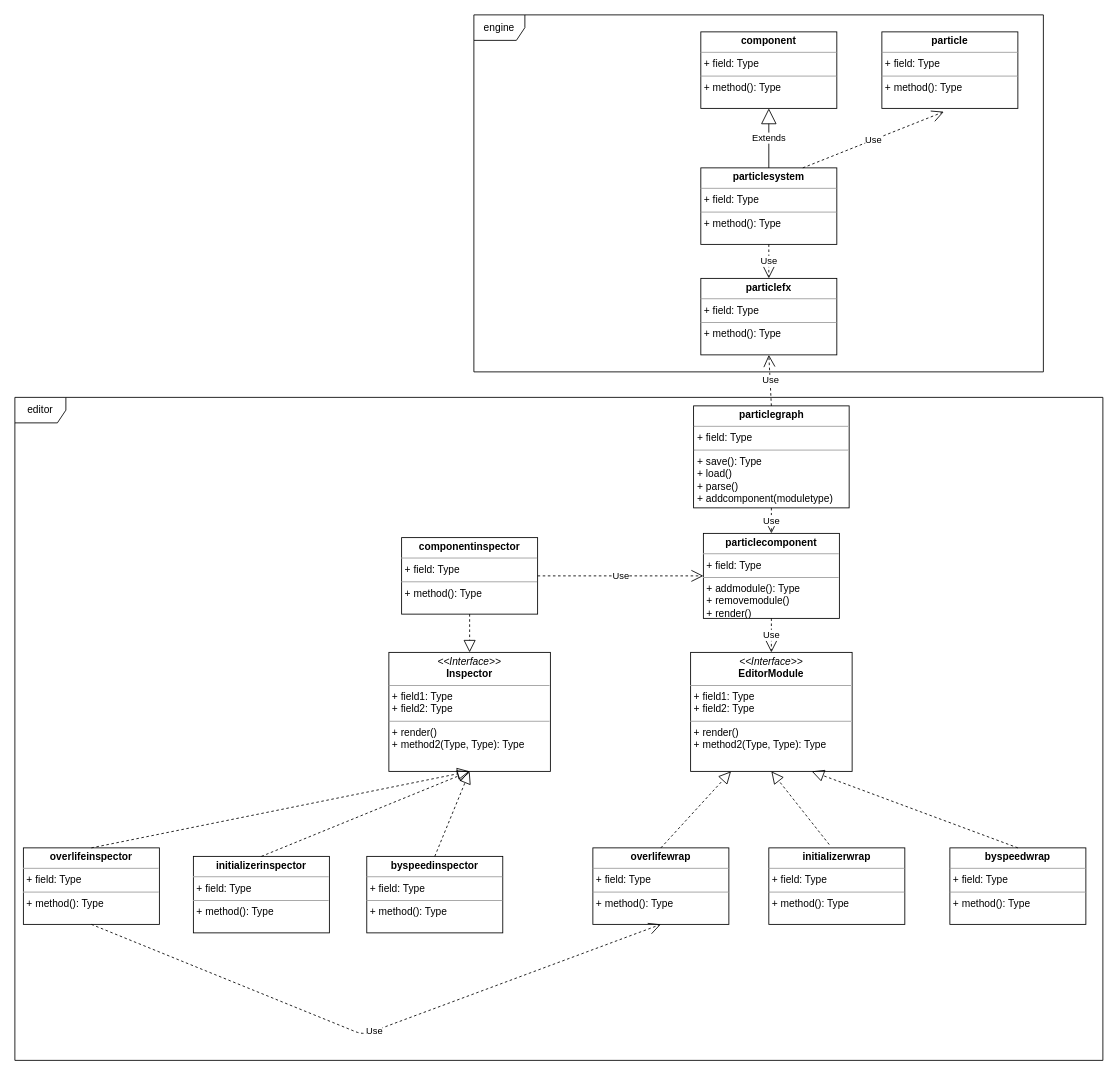
This is Untitled Diagram.drawio from gtechx/webgrabber, a draw.io file, before an edit. Source tidied: cells renumbered, new cells numbered last; positions are measured from the earlier drawing's top-left corner, leaving out a move shared by most shapes. Both pictures are drawn from the tidied source at 85%, with x=0, y=0 at pixel (14, 14).
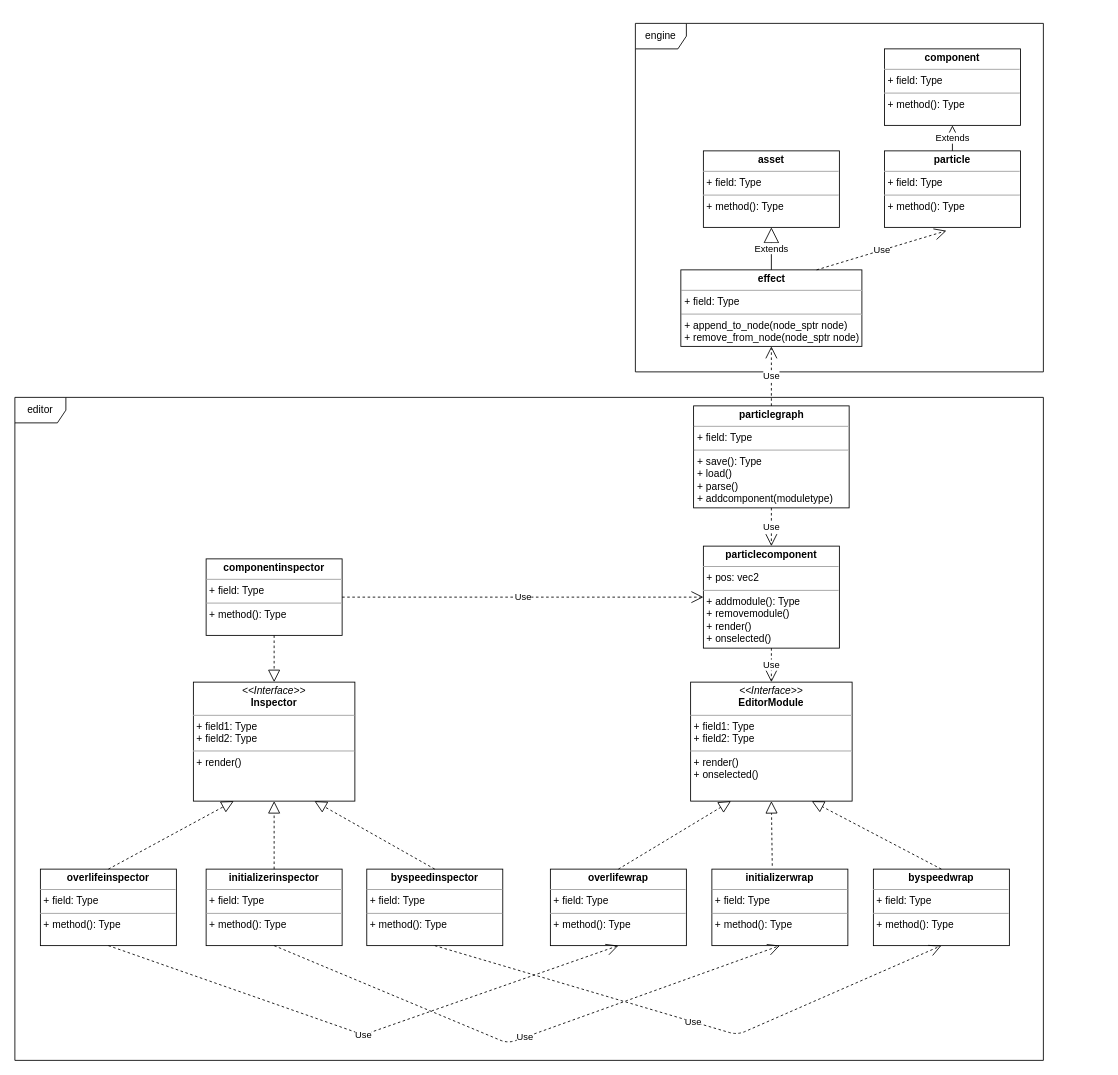
After the change.

The change refers to these unchanged cells:
```xml
<mxCell id="8" value="&lt;p style=&quot;margin: 0px ; margin-top: 4px ; text-align: center&quot;&gt;&lt;b&gt;particlegraph&lt;/b&gt;&lt;/p&gt;&lt;hr size=&quot;1&quot;&gt;&lt;p style=&quot;margin: 0px ; margin-left: 4px&quot;&gt;+ field: Type&lt;/p&gt;&lt;hr size=&quot;1&quot;&gt;&lt;p style=&quot;margin: 0px ; margin-left: 4px&quot;&gt;+ save(): Type&lt;/p&gt;&lt;p style=&quot;margin: 0px ; margin-left: 4px&quot;&gt;+ load()&lt;/p&gt;&lt;p style=&quot;margin: 0px ; margin-left: 4px&quot;&gt;+ parse()&lt;/p&gt;&lt;p style=&quot;margin: 0px ; margin-left: 4px&quot;&gt;+ addcomponent(moduletype)&lt;/p&gt;" style="verticalAlign=top;align=left;overflow=fill;fontSize=12;fontFamily=Helvetica;html=1;" parent="1" vertex="1">
  <mxGeometry x="798.5" y="460" width="183" height="120" as="geometry" />
</mxCell>
```

Change to the diagram source:
```diff
@@
     <mxCell id="2" value="engine" style="shape=umlFrame;whiteSpace=wrap;html=1;" parent="1" vertex="1">
-      <mxGeometry x="540" width="670" height="420" as="geometry" />
+      <mxGeometry x="730" y="10" width="480" height="410" as="geometry" />
     </mxCell>
     <mxCell id="3" value="editor" style="shape=umlFrame;whiteSpace=wrap;html=1;" parent="1" vertex="1">
-      <mxGeometry y="450" width="1280" height="780" as="geometry" />
+      <mxGeometry y="450" width="1210" height="780" as="geometry" />
     </mxCell>
     <mxCell id="4" value="&lt;p style=&quot;margin: 0px ; margin-top: 4px ; text-align: center&quot;&gt;&lt;b&gt;componentinspector&lt;/b&gt;&lt;/p&gt;&lt;hr size=&quot;1&quot;&gt;&lt;p style=&quot;margin: 0px ; margin-left: 4px&quot;&gt;+ field: Type&lt;/p&gt;&lt;hr size=&quot;1&quot;&gt;&lt;p style=&quot;margin: 0px ; margin-left: 4px&quot;&gt;+ method(): Type&lt;/p&gt;" style="verticalAlign=top;align=left;overflow=fill;fontSize=12;fontFamily=Helvetica;html=1;" parent="1" vertex="1">
-      <mxGeometry x="455" y="615" width="160" height="90" as="geometry" />
+      <mxGeometry x="225" y="640" width="160" height="90" as="geometry" />
     </mxCell>
     <mxCell id="5" value="&lt;p style=&quot;margin: 0px ; margin-top: 4px ; text-align: center&quot;&gt;&lt;b&gt;overlifeinspector&lt;/b&gt;&lt;/p&gt;&lt;hr size=&quot;1&quot;&gt;&lt;p style=&quot;margin: 0px ; margin-left: 4px&quot;&gt;+ field: Type&lt;/p&gt;&lt;hr size=&quot;1&quot;&gt;&lt;p style=&quot;margin: 0px ; margin-left: 4px&quot;&gt;+ method(): Type&lt;/p&gt;" style="verticalAlign=top;align=left;overflow=fill;fontSize=12;fontFamily=Helvetica;html=1;" parent="1" vertex="1">
-      <mxGeometry x="10" y="980" width="160" height="90" as="geometry" />
+      <mxGeometry x="30" y="1005" width="160" height="90" as="geometry" />
     </mxCell>
-    <mxCell id="6" value="&lt;p style=&quot;margin: 0px ; margin-top: 4px ; text-align: center&quot;&gt;&lt;i&gt;&amp;lt;&amp;lt;Interface&amp;gt;&amp;gt;&lt;/i&gt;&lt;br&gt;&lt;b&gt;Inspector&lt;/b&gt;&lt;/p&gt;&lt;hr size=&quot;1&quot;&gt;&lt;p style=&quot;margin: 0px ; margin-left: 4px&quot;&gt;+ field1: Type&lt;br&gt;+ field2: Type&lt;/p&gt;&lt;hr size=&quot;1&quot;&gt;&lt;p style=&quot;margin: 0px ; margin-left: 4px&quot;&gt;+ render()&lt;br&gt;+ method2(Type, Type): Type&lt;/p&gt;" style="verticalAlign=top;align=left;overflow=fill;fontSize=12;fontFamily=Helvetica;html=1;" parent="1" vertex="1">
-      <mxGeometry x="440" y="750" width="190" height="140" as="geometry" />
+    <mxCell id="6" value="&lt;p style=&quot;margin: 0px ; margin-top: 4px ; text-align: center&quot;&gt;&lt;i&gt;&amp;lt;&amp;lt;Interface&amp;gt;&amp;gt;&lt;/i&gt;&lt;br&gt;&lt;b&gt;Inspector&lt;/b&gt;&lt;/p&gt;&lt;hr size=&quot;1&quot;&gt;&lt;p style=&quot;margin: 0px ; margin-left: 4px&quot;&gt;+ field1: Type&lt;br&gt;+ field2: Type&lt;/p&gt;&lt;hr size=&quot;1&quot;&gt;&lt;p style=&quot;margin: 0px ; margin-left: 4px&quot;&gt;+ render()&lt;br&gt;&lt;/p&gt;" style="verticalAlign=top;align=left;overflow=fill;fontSize=12;fontFamily=Helvetica;html=1;" parent="1" vertex="1">
+      <mxGeometry x="210" y="785" width="190" height="140" as="geometry" />
     </mxCell>
-    <mxCell id="7" value="&lt;p style=&quot;margin: 0px ; margin-top: 4px ; text-align: center&quot;&gt;&lt;b&gt;particlesystem&lt;/b&gt;&lt;/p&gt;&lt;hr size=&quot;1&quot;&gt;&lt;p style=&quot;margin: 0px ; margin-left: 4px&quot;&gt;+ field: Type&lt;/p&gt;&lt;hr size=&quot;1&quot;&gt;&lt;p style=&quot;margin: 0px ; margin-left: 4px&quot;&gt;+ method(): Type&lt;/p&gt;" style="verticalAlign=top;align=left;overflow=fill;fontSize=12;fontFamily=Helvetica;html=1;" parent="1" vertex="1">
-      <mxGeometry x="807" y="180" width="160" height="90" as="geometry" />
+    <mxCell id="7" value="&lt;p style=&quot;margin: 0px ; margin-top: 4px ; text-align: center&quot;&gt;&lt;b&gt;effect&lt;/b&gt;&lt;/p&gt;&lt;hr size=&quot;1&quot;&gt;&lt;p style=&quot;margin: 0px ; margin-left: 4px&quot;&gt;+ field: Type&lt;/p&gt;&lt;hr size=&quot;1&quot;&gt;&lt;p style=&quot;margin: 0px ; margin-left: 4px&quot;&gt;+ append_to_node(node_sptr node)&lt;/p&gt;&lt;p style=&quot;margin: 0px ; margin-left: 4px&quot;&gt;+&amp;nbsp;remove_from_node(node_sptr node)&lt;/p&gt;" style="verticalAlign=top;align=left;overflow=fill;fontSize=12;fontFamily=Helvetica;html=1;" parent="1" vertex="1">
+      <mxGeometry x="783.5" y="300" width="213" height="90" as="geometry" />
     </mxCell>
@@
-    <mxCell id="9" value="&lt;p style=&quot;margin: 0px ; margin-top: 4px ; text-align: center&quot;&gt;&lt;i&gt;&amp;lt;&amp;lt;Interface&amp;gt;&amp;gt;&lt;/i&gt;&lt;br&gt;&lt;b&gt;EditorModule&lt;/b&gt;&lt;br&gt;&lt;/p&gt;&lt;hr size=&quot;1&quot;&gt;&lt;p style=&quot;margin: 0px ; margin-left: 4px&quot;&gt;+ field1: Type&lt;br&gt;+ field2: Type&lt;/p&gt;&lt;hr size=&quot;1&quot;&gt;&lt;p style=&quot;margin: 0px ; margin-left: 4px&quot;&gt;+ render()&lt;br&gt;+ method2(Type, Type): Type&lt;/p&gt;" style="verticalAlign=top;align=left;overflow=fill;fontSize=12;fontFamily=Helvetica;html=1;" parent="1" vertex="1">
-      <mxGeometry x="795" y="750" width="190" height="140" as="geometry" />
+    <mxCell id="9" value="&lt;p style=&quot;margin: 0px ; margin-top: 4px ; text-align: center&quot;&gt;&lt;i&gt;&amp;lt;&amp;lt;Interface&amp;gt;&amp;gt;&lt;/i&gt;&lt;br&gt;&lt;b&gt;EditorModule&lt;/b&gt;&lt;br&gt;&lt;/p&gt;&lt;hr size=&quot;1&quot;&gt;&lt;p style=&quot;margin: 0px ; margin-left: 4px&quot;&gt;+ field1: Type&lt;br&gt;+ field2: Type&lt;/p&gt;&lt;hr size=&quot;1&quot;&gt;&lt;p style=&quot;margin: 0px ; margin-left: 4px&quot;&gt;+ render()&lt;br&gt;&lt;/p&gt;&lt;p style=&quot;margin: 0px ; margin-left: 4px&quot;&gt;+ onselected()&lt;/p&gt;" style="verticalAlign=top;align=left;overflow=fill;fontSize=12;fontFamily=Helvetica;html=1;" parent="1" vertex="1">
+      <mxGeometry x="795" y="785" width="190" height="140" as="geometry" />
     </mxCell>
     <mxCell id="10" value="&lt;p style=&quot;margin: 0px ; margin-top: 4px ; text-align: center&quot;&gt;&lt;b&gt;overlifewrap&lt;/b&gt;&lt;/p&gt;&lt;hr size=&quot;1&quot;&gt;&lt;p style=&quot;margin: 0px ; margin-left: 4px&quot;&gt;+ field: Type&lt;/p&gt;&lt;hr size=&quot;1&quot;&gt;&lt;p style=&quot;margin: 0px ; margin-left: 4px&quot;&gt;+ method(): Type&lt;/p&gt;" style="verticalAlign=top;align=left;overflow=fill;fontSize=12;fontFamily=Helvetica;html=1;" parent="1" vertex="1">
-      <mxGeometry x="680" y="980" width="160" height="90" as="geometry" />
+      <mxGeometry x="630" y="1005" width="160" height="90" as="geometry" />
     </mxCell>
     <mxCell id="11" value="&lt;p style=&quot;margin: 0px ; margin-top: 4px ; text-align: center&quot;&gt;&lt;b&gt;initializerwrap&lt;/b&gt;&lt;/p&gt;&lt;hr size=&quot;1&quot;&gt;&lt;p style=&quot;margin: 0px ; margin-left: 4px&quot;&gt;+ field: Type&lt;/p&gt;&lt;hr size=&quot;1&quot;&gt;&lt;p style=&quot;margin: 0px ; margin-left: 4px&quot;&gt;+ method(): Type&lt;/p&gt;" style="verticalAlign=top;align=left;overflow=fill;fontSize=12;fontFamily=Helvetica;html=1;" parent="1" vertex="1">
-      <mxGeometry x="887" y="980" width="160" height="90" as="geometry" />
+      <mxGeometry x="820" y="1005" width="160" height="90" as="geometry" />
     </mxCell>
     <mxCell id="12" value="&lt;p style=&quot;margin: 0px ; margin-top: 4px ; text-align: center&quot;&gt;&lt;b&gt;byspeedwrap&lt;/b&gt;&lt;/p&gt;&lt;hr size=&quot;1&quot;&gt;&lt;p style=&quot;margin: 0px ; margin-left: 4px&quot;&gt;+ field: Type&lt;/p&gt;&lt;hr size=&quot;1&quot;&gt;&lt;p style=&quot;margin: 0px ; margin-left: 4px&quot;&gt;+ method(): Type&lt;/p&gt;" style="verticalAlign=top;align=left;overflow=fill;fontSize=12;fontFamily=Helvetica;html=1;" parent="1" vertex="1">
-      <mxGeometry x="1100" y="980" width="160" height="90" as="geometry" />
+      <mxGeometry x="1010" y="1005" width="160" height="90" as="geometry" />
     </mxCell>
@@
-    <mxCell id="16" value="&lt;p style=&quot;margin: 0px ; margin-top: 4px ; text-align: center&quot;&gt;&lt;b&gt;particlecomponent&lt;/b&gt;&lt;/p&gt;&lt;hr size=&quot;1&quot;&gt;&lt;p style=&quot;margin: 0px ; margin-left: 4px&quot;&gt;+ field: Type&lt;/p&gt;&lt;hr size=&quot;1&quot;&gt;&lt;p style=&quot;margin: 0px ; margin-left: 4px&quot;&gt;+ addmodule(): Type&lt;/p&gt;&lt;p style=&quot;margin: 0px ; margin-left: 4px&quot;&gt;+ removemodule()&lt;/p&gt;&lt;p style=&quot;margin: 0px ; margin-left: 4px&quot;&gt;+ render()&lt;/p&gt;" style="verticalAlign=top;align=left;overflow=fill;fontSize=12;fontFamily=Helvetica;html=1;" parent="1" vertex="1">
-      <mxGeometry x="810" y="610" width="160" height="100" as="geometry" />
+    <mxCell id="16" value="&lt;p style=&quot;margin: 0px ; margin-top: 4px ; text-align: center&quot;&gt;&lt;b&gt;particlecomponent&lt;/b&gt;&lt;/p&gt;&lt;hr size=&quot;1&quot;&gt;&lt;p style=&quot;margin: 0px ; margin-left: 4px&quot;&gt;+ pos: vec2&lt;/p&gt;&lt;hr size=&quot;1&quot;&gt;&lt;p style=&quot;margin: 0px ; margin-left: 4px&quot;&gt;+ addmodule(): Type&lt;/p&gt;&lt;p style=&quot;margin: 0px ; margin-left: 4px&quot;&gt;+ removemodule()&lt;/p&gt;&lt;p style=&quot;margin: 0px ; margin-left: 4px&quot;&gt;+ render()&lt;/p&gt;&lt;p style=&quot;margin: 0px ; margin-left: 4px&quot;&gt;+ onselected()&lt;br&gt;&lt;/p&gt;" style="verticalAlign=top;align=left;overflow=fill;fontSize=12;fontFamily=Helvetica;html=1;" parent="1" vertex="1">
+      <mxGeometry x="810" y="625" width="160" height="120" as="geometry" />
     </mxCell>
@@
     <mxCell id="19" value="&lt;p style=&quot;margin: 0px ; margin-top: 4px ; text-align: center&quot;&gt;&lt;b&gt;initializerinspector&lt;/b&gt;&lt;/p&gt;&lt;hr size=&quot;1&quot;&gt;&lt;p style=&quot;margin: 0px ; margin-left: 4px&quot;&gt;+ field: Type&lt;/p&gt;&lt;hr size=&quot;1&quot;&gt;&lt;p style=&quot;margin: 0px ; margin-left: 4px&quot;&gt;+ method(): Type&lt;/p&gt;" style="verticalAlign=top;align=left;overflow=fill;fontSize=12;fontFamily=Helvetica;html=1;" parent="1" vertex="1">
-      <mxGeometry x="210" y="990" width="160" height="90" as="geometry" />
+      <mxGeometry x="225" y="1005" width="160" height="90" as="geometry" />
     </mxCell>
     <mxCell id="20" value="&lt;p style=&quot;margin: 0px ; margin-top: 4px ; text-align: center&quot;&gt;&lt;b&gt;byspeedinspector&lt;/b&gt;&lt;/p&gt;&lt;hr size=&quot;1&quot;&gt;&lt;p style=&quot;margin: 0px ; margin-left: 4px&quot;&gt;+ field: Type&lt;/p&gt;&lt;hr size=&quot;1&quot;&gt;&lt;p style=&quot;margin: 0px ; margin-left: 4px&quot;&gt;+ method(): Type&lt;/p&gt;" style="verticalAlign=top;align=left;overflow=fill;fontSize=12;fontFamily=Helvetica;html=1;" parent="1" vertex="1">
-      <mxGeometry x="414" y="990" width="160" height="90" as="geometry" />
+      <mxGeometry x="414" y="1005" width="160" height="90" as="geometry" />
     </mxCell>
-    <mxCell id="21" style="endArrow=block;dashed=1;endFill=0;endSize=12;html=1;exitX=0.5;exitY=0;exitDx=0;exitDy=0;entryX=0.5;entryY=1;entryDx=0;entryDy=0;" parent="1" edge="1" source="5" target="6">
+    <mxCell id="21" style="endArrow=block;dashed=1;endFill=0;endSize=12;html=1;exitX=0.5;exitY=0;exitDx=0;exitDy=0;entryX=0.25;entryY=1;entryDx=0;entryDy=0;" parent="1" edge="1" source="5" target="6">
       <mxGeometry relative="1" as="geometry" />
     </mxCell>
@@
-    <mxCell id="23" style="endArrow=block;dashed=1;endFill=0;endSize=12;html=1;exitX=0.5;exitY=0;exitDx=0;exitDy=0;entryX=0.5;entryY=1;entryDx=0;entryDy=0;" parent="1" edge="1" source="20" target="6">
+    <mxCell id="23" style="endArrow=block;dashed=1;endFill=0;endSize=12;html=1;exitX=0.5;exitY=0;exitDx=0;exitDy=0;entryX=0.75;entryY=1;entryDx=0;entryDy=0;" parent="1" edge="1" source="20" target="6">
       <mxGeometry relative="1" as="geometry" />
     </mxCell>
@@
     <mxCell id="25" value="&lt;p style=&quot;margin: 0px ; margin-top: 4px ; text-align: center&quot;&gt;&lt;b&gt;particle&lt;/b&gt;&lt;/p&gt;&lt;hr size=&quot;1&quot;&gt;&lt;p style=&quot;margin: 0px ; margin-left: 4px&quot;&gt;+ field: Type&lt;/p&gt;&lt;hr size=&quot;1&quot;&gt;&lt;p style=&quot;margin: 0px ; margin-left: 4px&quot;&gt;+ method(): Type&lt;/p&gt;" style="verticalAlign=top;align=left;overflow=fill;fontSize=12;fontFamily=Helvetica;html=1;" parent="1" vertex="1">
-      <mxGeometry x="1020" y="20" width="160" height="90" as="geometry" />
+      <mxGeometry x="1023" y="160" width="160" height="90" as="geometry" />
     </mxCell>
@@
-    <mxCell id="27" value="&lt;p style=&quot;margin: 0px ; margin-top: 4px ; text-align: center&quot;&gt;&lt;b&gt;particlefx&lt;/b&gt;&lt;/p&gt;&lt;hr size=&quot;1&quot;&gt;&lt;p style=&quot;margin: 0px ; margin-left: 4px&quot;&gt;+ field: Type&lt;/p&gt;&lt;hr size=&quot;1&quot;&gt;&lt;p style=&quot;margin: 0px ; margin-left: 4px&quot;&gt;+ method(): Type&lt;/p&gt;" style="verticalAlign=top;align=left;overflow=fill;fontSize=12;fontFamily=Helvetica;html=1;" parent="1" vertex="1">
-      <mxGeometry x="807" y="310" width="160" height="90" as="geometry" />
-    </mxCell>
-    <mxCell id="28" value="Use" style="endArrow=open;endSize=12;dashed=1;html=1;exitX=0.5;exitY=1;exitDx=0;exitDy=0;entryX=0.5;entryY=0;entryDx=0;entryDy=0;" parent="1" edge="1" source="7" target="27">
-      <mxGeometry relative="1" as="geometry" />
-    </mxCell>
@@
     <mxCell id="31" value="&lt;p style=&quot;margin: 0px ; margin-top: 4px ; text-align: center&quot;&gt;&lt;b&gt;component&lt;/b&gt;&lt;/p&gt;&lt;hr size=&quot;1&quot;&gt;&lt;p style=&quot;margin: 0px ; margin-left: 4px&quot;&gt;+ field: Type&lt;/p&gt;&lt;hr size=&quot;1&quot;&gt;&lt;p style=&quot;margin: 0px ; margin-left: 4px&quot;&gt;+ method(): Type&lt;/p&gt;" style="verticalAlign=top;align=left;overflow=fill;fontSize=12;fontFamily=Helvetica;html=1;" parent="1" vertex="1">
-      <mxGeometry x="807" y="20" width="160" height="90" as="geometry" />
+      <mxGeometry x="1023" y="40" width="160" height="90" as="geometry" />
     </mxCell>
-    <mxCell id="32" value="Extends" style="endArrow=block;endSize=16;endFill=0;html=1;entryX=0.5;entryY=1;entryDx=0;entryDy=0;exitX=0.5;exitY=0;exitDx=0;exitDy=0;" parent="1" edge="1" source="7" target="31">
+    <mxCell id="32" value="Extends" style="endArrow=block;endSize=16;endFill=0;html=1;entryX=0.5;entryY=1;entryDx=0;entryDy=0;exitX=0.5;exitY=0;exitDx=0;exitDy=0;" parent="1" edge="1" source="25" target="31">
       <mxGeometry relative="1" as="geometry" />
     </mxCell>
-    <mxCell id="33" value="Use" style="endArrow=open;endSize=12;dashed=1;html=1;entryX=0.5;entryY=1;entryDx=0;entryDy=0;exitX=0.5;exitY=0;exitDx=0;exitDy=0;" parent="1" edge="1" source="8" target="27">
+    <mxCell id="33" value="Use" style="endArrow=open;endSize=12;dashed=1;html=1;entryX=0.5;entryY=1;entryDx=0;entryDy=0;exitX=0.5;exitY=0;exitDx=0;exitDy=0;" parent="1" edge="1" source="8" target="7">
       <mxGeometry relative="1" as="geometry" />
     </mxCell>
+    <mxCell id="34" value="&lt;p style=&quot;margin: 0px ; margin-top: 4px ; text-align: center&quot;&gt;&lt;b&gt;asset&lt;/b&gt;&lt;/p&gt;&lt;hr size=&quot;1&quot;&gt;&lt;p style=&quot;margin: 0px ; margin-left: 4px&quot;&gt;+ field: Type&lt;/p&gt;&lt;hr size=&quot;1&quot;&gt;&lt;p style=&quot;margin: 0px ; margin-left: 4px&quot;&gt;+ method(): Type&lt;/p&gt;" style="verticalAlign=top;align=left;overflow=fill;fontSize=12;fontFamily=Helvetica;html=1;" parent="1" vertex="1">
+      <mxGeometry x="810" y="160" width="160" height="90" as="geometry" />
+    </mxCell>
+    <mxCell id="35" value="Extends" style="endArrow=block;endSize=16;endFill=0;html=1;exitX=0.5;exitY=0;exitDx=0;exitDy=0;entryX=0.5;entryY=1;entryDx=0;entryDy=0;" parent="1" edge="1" source="7" target="34">
+      <mxGeometry relative="1" as="geometry" />
+    </mxCell>
+    <mxCell id="36" value="Use" style="endArrow=open;endSize=12;dashed=1;html=1;exitX=0.5;exitY=1;exitDx=0;exitDy=0;entryX=0.5;entryY=1;entryDx=0;entryDy=0;" parent="1" edge="1" source="19" target="11">
+      <mxGeometry relative="1" as="geometry">
+        <Array as="points">
+          <mxPoint x="580" y="1210" />
+        </Array>
+      </mxGeometry>
+    </mxCell>
+    <mxCell id="37" value="Use" style="endArrow=open;endSize=12;dashed=1;html=1;exitX=0.5;exitY=1;exitDx=0;exitDy=0;entryX=0.5;entryY=1;entryDx=0;entryDy=0;" parent="1" edge="1" source="20" target="12">
+      <mxGeometry relative="1" as="geometry">
+        <Array as="points">
+          <mxPoint x="850" y="1200" />
+        </Array>
+      </mxGeometry>
+    </mxCell>
```
